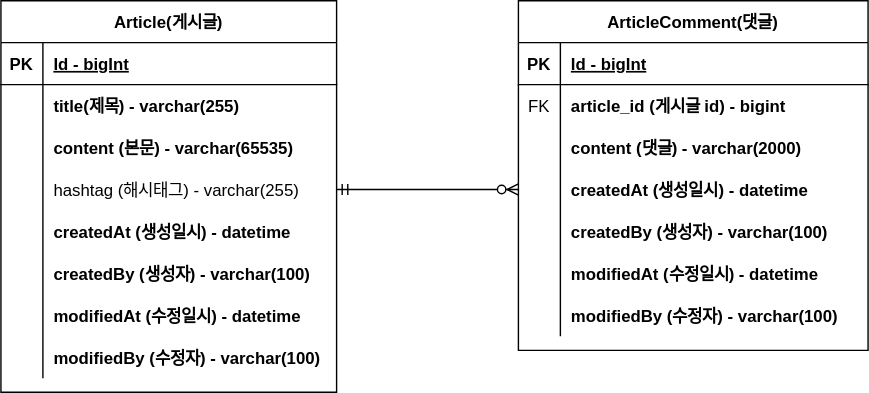
The draw.io diagram document/project-board-erd.drawio.svg in xell00/fastcampus-project-board, before a commit. Source tidied: cells renumbered, new cells last; positions are measured from the earlier drawing's top-left corner, leaving out a move shared by most shapes.
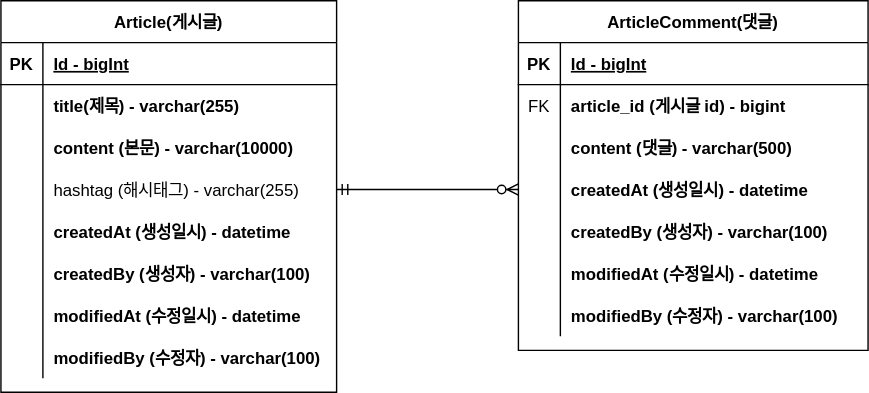
After the commit.

Commit message:
#10 - erd 업데이트: content 사이즈 변경

What changed in the source:
```diff
@@ -29,7 +29,7 @@
     <mxCell id="10" style="shape=partialRectangle;fillColor=none;top=0;left=0;bottom=0;right=0;overflow=hidden;" parent="9" vertex="1">
       <mxGeometry width="30" height="30" as="geometry" />
     </mxCell>
-    <mxCell id="11" value="content (본문) - varchar(65535)" style="shape=partialRectangle;fillColor=none;top=0;left=0;bottom=0;right=0;align=left;spacingLeft=6;overflow=hidden;fontStyle=1;" parent="9" vertex="1">
+    <mxCell id="11" value="content (본문) - varchar(10000)" style="shape=partialRectangle;fillColor=none;top=0;left=0;bottom=0;right=0;align=left;spacingLeft=6;overflow=hidden;fontStyle=1;" parent="9" vertex="1">
       <mxGeometry x="30" width="210" height="30" as="geometry" />
     </mxCell>
     <mxCell id="12" style="shape=tableRow;horizontal=0;startSize=0;swimlaneHead=0;swimlaneBody=0;fillColor=none;points=[[0,0.5],[1,0.5]];portConstraint=eastwest;top=0;left=0;right=0;bottom=0;" parent="2" vertex="1">
@@ -104,7 +104,7 @@
     <mxCell id="35" style="shape=partialRectangle;fillColor=none;top=0;left=0;bottom=0;right=0;overflow=hidden;" parent="34" vertex="1">
       <mxGeometry width="30" height="30" as="geometry" />
     </mxCell>
-    <mxCell id="36" value="content (댓글) - varchar(2000)" style="shape=partialRectangle;fillColor=none;top=0;left=0;bottom=0;right=0;align=left;spacingLeft=6;overflow=hidden;fontStyle=1;" parent="34" vertex="1">
+    <mxCell id="36" value="content (댓글) - varchar(500)" style="shape=partialRectangle;fillColor=none;top=0;left=0;bottom=0;right=0;align=left;spacingLeft=6;overflow=hidden;fontStyle=1;" parent="34" vertex="1">
       <mxGeometry x="30" width="220" height="30" as="geometry" />
     </mxCell>
     <mxCell id="37" style="shape=tableRow;horizontal=0;startSize=0;swimlaneHead=0;swimlaneBody=0;fillColor=none;points=[[0,0.5],[1,0.5]];portConstraint=eastwest;top=0;left=0;right=0;bottom=0;" parent="27" vertex="1">
```
